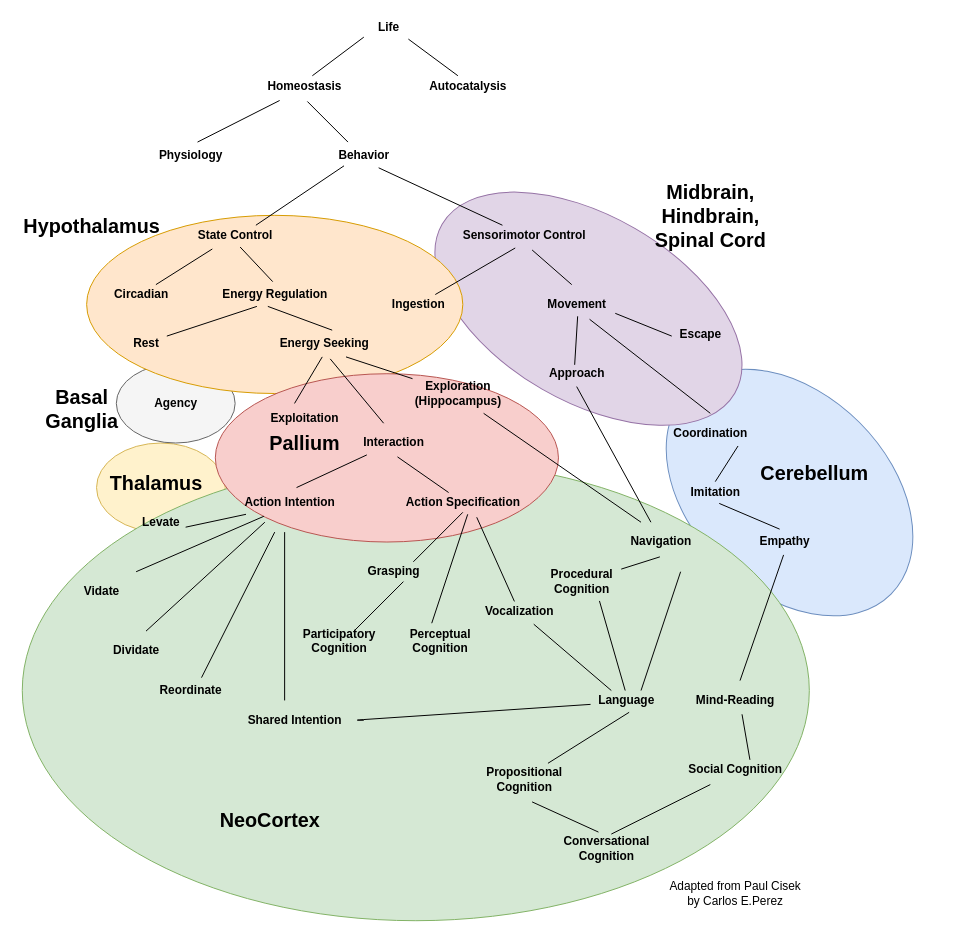
Above: cognitive_evolution.drawio in codeaudit/1 (draw.io), before the change. Source tidied: cells renumbered, new cells numbered last; positions are measured from the earlier drawing's top-left corner, leaving out a move shared by most shapes. Both pictures are drawn from the tidied source at 99%, with x=0, y=0 at pixel (17, 17).
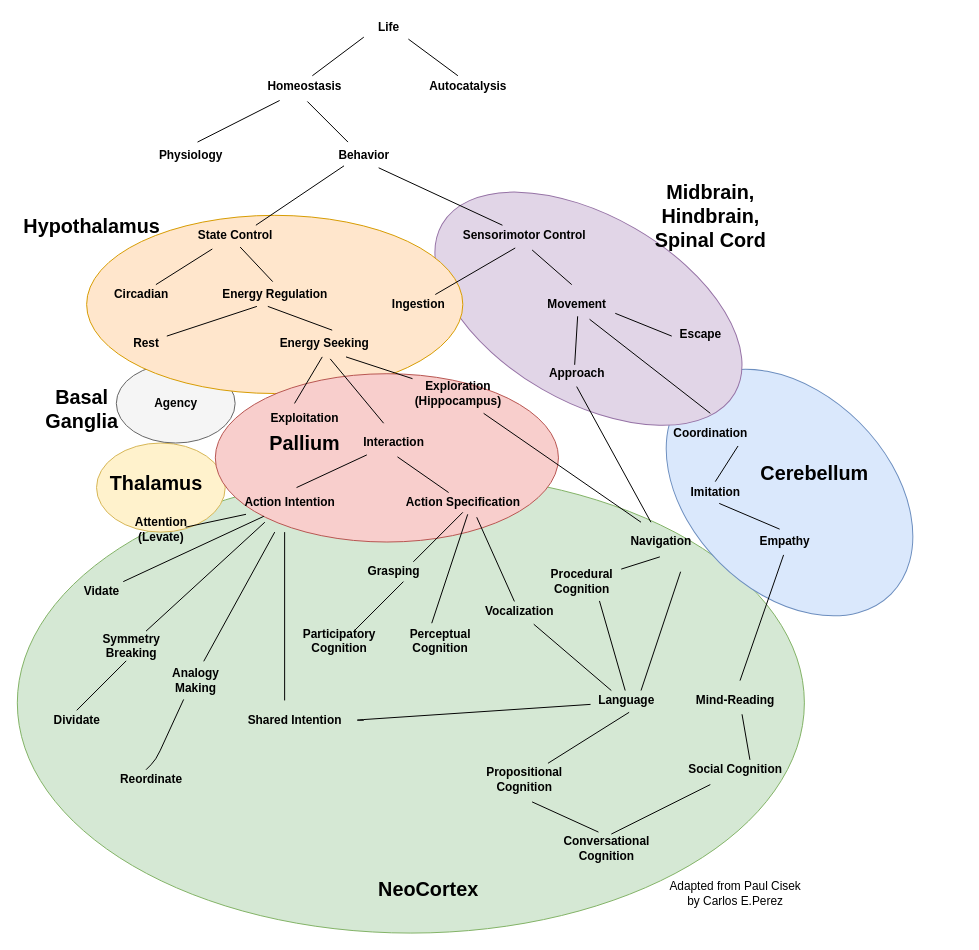
The same page after the edit.

The change refers to these unchanged cells:
```xml
<mxCell id="28" value="Action Intention" style="text;html=1;align=center;verticalAlign=middle;points=[];fontStyle=1;" parent="1" vertex="1">
  <mxGeometry x="220" y="480" width="110" height="20" as="geometry" />
</mxCell>
<mxCell id="31" value="Vidate" style="text;html=1;align=center;verticalAlign=middle;points=[];fontStyle=1;" parent="1" vertex="1">
  <mxGeometry x="60" y="570" width="50" height="20" as="geometry" />
</mxCell>
```

Diff of the diagram source:
```diff
@@
+    <mxCell id="5" style="ellipse;whiteSpace=wrap;html=1;fillColor=#d5e8d4;strokeColor=#82b366;" parent="1" vertex="1">
+      <mxGeometry y="460" width="795" height="465" as="geometry" />
+    </mxCell>
@@
-    <mxCell id="5" style="ellipse;whiteSpace=wrap;html=1;fillColor=#d5e8d4;strokeColor=#82b366;" parent="1" vertex="1">
-      <mxGeometry x="5" y="447.5" width="795" height="465" as="geometry" />
-    </mxCell>
@@
-    <mxCell id="30" value="Levate" style="text;html=1;align=center;verticalAlign=middle;fontStyle=1;" parent="1" vertex="1">
-      <mxGeometry x="120" y="500" width="50" height="20" as="geometry" />
+    <mxCell id="30" value="&lt;br&gt;Attention&lt;br&gt;(Levate)" style="text;html=1;align=center;verticalAlign=middle;fontStyle=1;" parent="1" vertex="1">
+      <mxGeometry x="110" y="485" width="70" height="50" as="geometry" />
     </mxCell>
@@
     <mxCell id="32" value="Dividate" style="text;html=1;align=center;verticalAlign=middle;fontStyle=1;" parent="1" vertex="1">
-      <mxGeometry x="90" y="630" width="60" height="20" as="geometry" />
+      <mxGeometry x="30" y="700" width="60" height="20" as="geometry" />
     </mxCell>
-    <mxCell id="33" value="Reordinate" style="text;html=1;align=center;verticalAlign=middle;points=[];fontStyle=1;" parent="1" vertex="1">
-      <mxGeometry x="135" y="670" width="80" height="20" as="geometry" />
+    <mxCell id="33" value="Analogy&lt;br&gt;Making" style="text;html=1;align=center;verticalAlign=middle;points=[];fontStyle=1;" parent="1" vertex="1">
+      <mxGeometry x="150" y="655" width="60" height="30" as="geometry" />
     </mxCell>
@@
     <mxCell id="51" value="&lt;font style=&quot;font-size: 20px&quot;&gt;&lt;b&gt;NeoCortex&lt;br&gt;&lt;/b&gt;&lt;/font&gt;" style="text;html=1;align=center;verticalAlign=middle;" parent="1" vertex="1">
-      <mxGeometry x="195" y="800" width="120" height="20" as="geometry" />
+      <mxGeometry x="355" y="870" width="120" height="20" as="geometry" />
     </mxCell>
@@
-    <mxCell id="93" style="endArrow=none;html=1;entryX=0.264;entryY=1.2;entryDx=0;entryDy=0;entryPerimeter=0;" parent="1" edge="1" target="28">
-      <mxGeometry relative="1" as="geometry">
-        <mxPoint x="120" y="560" as="sourcePoint" />
-      </mxGeometry>
+    <mxCell id="93" style="endArrow=none;html=1;entryX=0.264;entryY=1.2;entryDx=0;entryDy=0;entryPerimeter=0;exitX=0.94;exitY=0;exitDx=0;exitDy=0;exitPerimeter=0;" parent="1" edge="1" source="31" target="28">
+      <mxGeometry relative="1" as="geometry" />
     </mxCell>
@@
+    <mxCell id="100" value="Symmetry&lt;br&gt;Breaking" style="text;html=1;align=center;verticalAlign=middle;fontStyle=1;" parent="1" vertex="1">
+      <mxGeometry x="80" y="620" width="70" height="30" as="geometry" />
+    </mxCell>
+    <mxCell id="101" value="Reordinate" style="text;html=1;align=center;verticalAlign=middle;fontStyle=1;" parent="1" vertex="1">
+      <mxGeometry x="95" y="760" width="80" height="20" as="geometry" />
+    </mxCell>
+    <mxCell id="102" style="endArrow=none;html=1;entryX=0.3;entryY=1.133;entryDx=0;entryDy=0;entryPerimeter=0;" parent="1" edge="1" target="33">
+      <mxGeometry relative="1" as="geometry">
+        <mxPoint x="130" y="760" as="sourcePoint" />
+        <Array as="points">
+          <mxPoint x="140" y="750" />
+        </Array>
+      </mxGeometry>
+    </mxCell>
+    <mxCell id="103" style="endArrow=none;html=1;" parent="1" edge="1">
+      <mxGeometry relative="1" as="geometry">
+        <mxPoint x="60" y="700" as="sourcePoint" />
+        <mxPoint x="110" y="650" as="targetPoint" />
+      </mxGeometry>
+    </mxCell>
```
